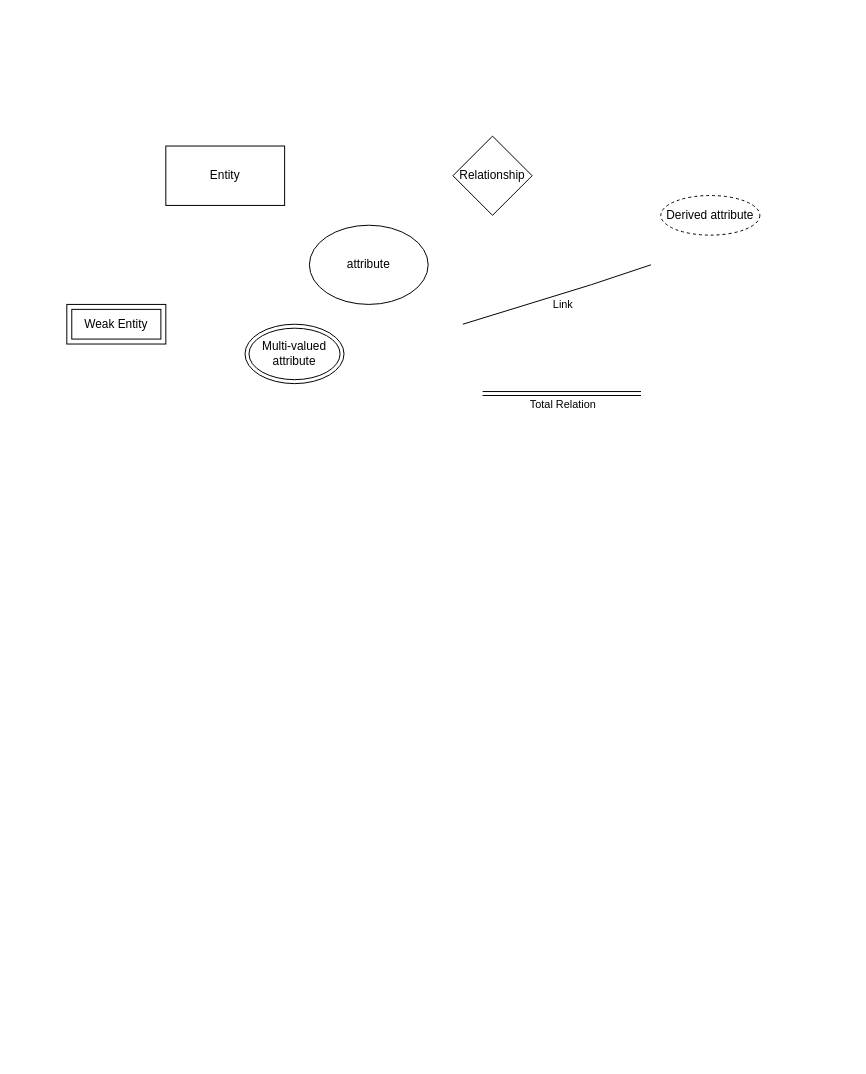
This is ER Diagram.drawio from Biniyamgd/Film-Rental-DBMS, a draw.io file, before an edit. Source tidied: cells renumbered, new cells numbered last; positions are measured from the earlier drawing's top-left corner, leaving out a move shared by most shapes. Both pictures are drawn from the tidied source at 99%, with x=0, y=0 at pixel (66, 136).
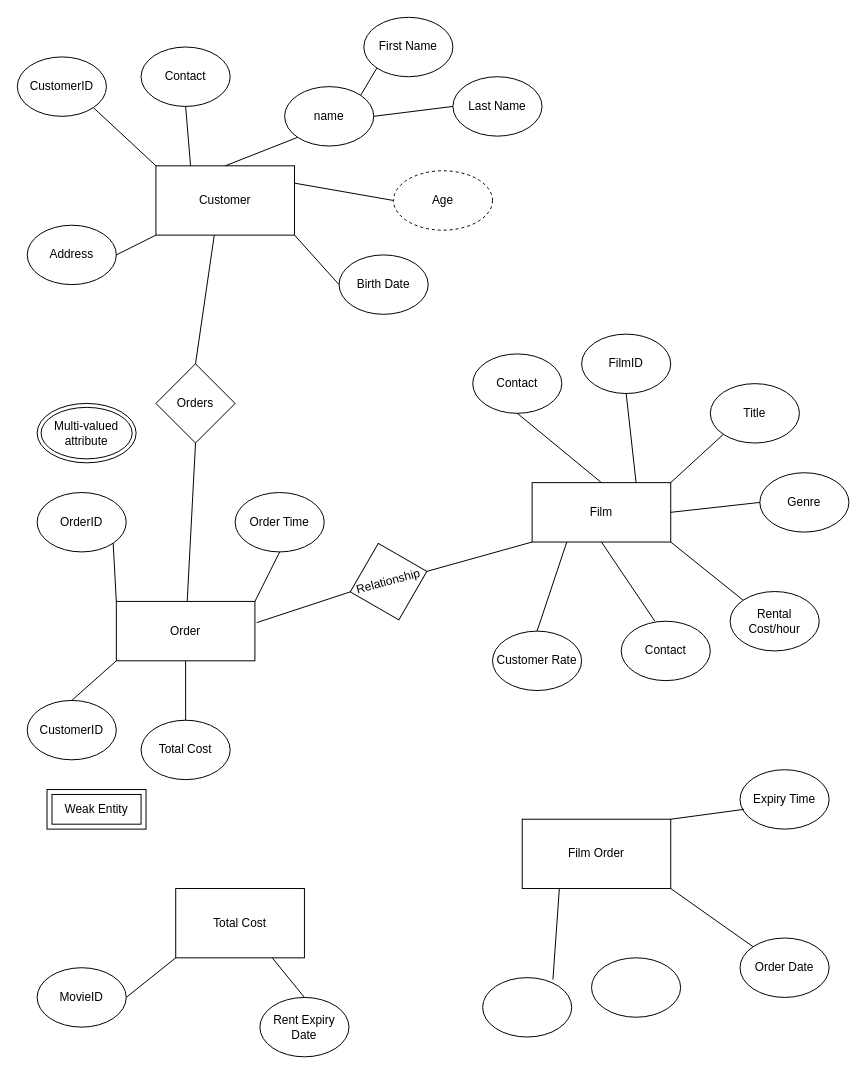
After the change.

What changed in the source:
```diff
@@
-    <mxCell id="2" value="Entity" style="rounded=0;whiteSpace=wrap;html=1;direction=west;" parent="1" vertex="1">
-      <mxGeometry x="100" y="10" width="120" height="60" as="geometry" />
+    <mxCell id="2" value="Customer" style="rounded=0;whiteSpace=wrap;html=1;direction=west;" parent="1" vertex="1">
+      <mxGeometry x="90" y="30" width="140" height="70" as="geometry" />
     </mxCell>
-    <mxCell id="3" value="Relationship" style="rhombus;whiteSpace=wrap;html=1;" parent="1" vertex="1">
-      <mxGeometry x="390" width="80" height="80" as="geometry" />
+    <mxCell id="3" value="Orders" style="rhombus;whiteSpace=wrap;html=1;" parent="1" vertex="1">
+      <mxGeometry x="90" y="230" width="80" height="80" as="geometry" />
     </mxCell>
-    <mxCell id="4" value="attribute" style="ellipse;whiteSpace=wrap;html=1;" parent="1" vertex="1">
-      <mxGeometry x="245" y="90" width="120" height="80" as="geometry" />
+    <mxCell id="4" value="Address" style="ellipse;whiteSpace=wrap;html=1;" parent="1" vertex="1">
+      <mxGeometry x="-40" y="90" width="90" height="60" as="geometry" />
     </mxCell>
-    <mxCell id="5" style="endArrow=none;html=1;rounded=0;" parent="1" edge="1">
-      <mxGeometry relative="1" as="geometry">
-        <mxPoint x="400" y="190" as="sourcePoint" />
-        <mxPoint x="590" y="130" as="targetPoint" />
-        <Array as="points">
-          <mxPoint x="530" y="150" />
-        </Array>
-      </mxGeometry>
+    <mxCell id="5" style="endArrow=none;html=1;rounded=0;entryX=0;entryY=0.5;entryDx=0;entryDy=0;exitX=-0.013;exitY=0.643;exitDx=0;exitDy=0;exitPerimeter=0;" parent="1" edge="1" source="15" target="24">
+      <mxGeometry relative="1" as="geometry" />
     </mxCell>
-    <mxCell id="6" value="Link" style="edgeLabel;html=1;align=center;verticalAlign=middle;" parent="5" vertex="1">
-      <mxGeometry x="-0.07" y="2" relative="1" as="geometry">
-        <mxPoint x="12" y="9" as="offset" />
-      </mxGeometry>
-    </mxCell>
     <mxCell id="7" value="Multi-valued attribute" style="ellipse;shape=doubleEllipse;whiteSpace=wrap;html=1;" parent="1" vertex="1">
-      <mxGeometry x="180" y="190" width="100" height="60" as="geometry" />
+      <mxGeometry x="-30" y="270" width="100" height="60" as="geometry" />
     </mxCell>
-    <mxCell id="8" value="Derived attribute" style="ellipse;whiteSpace=wrap;html=1;align=center;dashed=1;" parent="1" vertex="1">
-      <mxGeometry x="600" y="60" width="100" height="40" as="geometry" />
+    <mxCell id="8" value="Age" style="ellipse;whiteSpace=wrap;html=1;align=center;dashed=1;" parent="1" vertex="1">
+      <mxGeometry x="330" y="35" width="100" height="60" as="geometry" />
     </mxCell>
-    <mxCell id="9" style="shape=link;html=1;rounded=0;" parent="1" edge="1">
-      <mxGeometry relative="1" as="geometry">
-        <mxPoint x="420" y="260" as="sourcePoint" />
-        <mxPoint x="580" y="260" as="targetPoint" />
-      </mxGeometry>
-    </mxCell>
-    <mxCell id="10" style="html=1;whiteSpace=wrap;align=left;verticalAlign=bottom;" parent="9" vertex="1">
-      <mxGeometry x="-1" relative="1" as="geometry" />
-    </mxCell>
-    <mxCell id="11" style="html=1;whiteSpace=wrap;align=right;verticalAlign=bottom;" parent="9" vertex="1">
-      <mxGeometry x="1" relative="1" as="geometry" />
-    </mxCell>
-    <mxCell id="12" value="Total Relation" style="edgeLabel;html=1;align=center;verticalAlign=middle;" parent="9" vertex="1">
-      <mxGeometry y="-3" relative="1" as="geometry">
-        <mxPoint y="7" as="offset" />
-      </mxGeometry>
-    </mxCell>
     <mxCell id="13" value="&lt;div&gt;Weak Entity&lt;/div&gt;" style="shape=ext;margin=3;double=1;whiteSpace=wrap;html=1;align=center;" parent="1" vertex="1">
-      <mxGeometry y="170" width="100" height="40" as="geometry" />
+      <mxGeometry x="-20" y="660" width="100" height="40" as="geometry" />
     </mxCell>
+    <mxCell id="14" value="Film" style="rounded=0;whiteSpace=wrap;html=1;direction=west;" parent="1" vertex="1">
+      <mxGeometry x="470" y="350" width="140" height="60" as="geometry" />
+    </mxCell>
+    <mxCell id="15" value="Order" style="rounded=0;whiteSpace=wrap;html=1;direction=west;" parent="1" vertex="1">
+      <mxGeometry x="50" y="470" width="140" height="60" as="geometry" />
+    </mxCell>
+    <mxCell id="16" value="CustomerID" style="ellipse;whiteSpace=wrap;html=1;" parent="1" vertex="1">
+      <mxGeometry x="-50" y="-80" width="90" height="60" as="geometry" />
+    </mxCell>
+    <mxCell id="17" value="FilmID" style="ellipse;whiteSpace=wrap;html=1;" parent="1" vertex="1">
+      <mxGeometry x="520" y="200" width="90" height="60" as="geometry" />
+    </mxCell>
+    <mxCell id="18" value="name" style="ellipse;whiteSpace=wrap;html=1;" parent="1" vertex="1">
+      <mxGeometry x="220" y="-50" width="90" height="60" as="geometry" />
+    </mxCell>
+    <mxCell id="19" value="Contact" style="ellipse;whiteSpace=wrap;html=1;" parent="1" vertex="1">
+      <mxGeometry x="560" y="490" width="90" height="60" as="geometry" />
+    </mxCell>
+    <mxCell id="20" value="Genre" style="ellipse;whiteSpace=wrap;html=1;" parent="1" vertex="1">
+      <mxGeometry x="700" y="340" width="90" height="60" as="geometry" />
+    </mxCell>
+    <mxCell id="21" value="Rental Cost/hour" style="ellipse;whiteSpace=wrap;html=1;" parent="1" vertex="1">
+      <mxGeometry x="670" y="460" width="90" height="60" as="geometry" />
+    </mxCell>
+    <mxCell id="22" value="Title" style="ellipse;whiteSpace=wrap;html=1;" parent="1" vertex="1">
+      <mxGeometry x="650" y="250" width="90" height="60" as="geometry" />
+    </mxCell>
+    <mxCell id="23" value="Contact" style="ellipse;whiteSpace=wrap;html=1;" parent="1" vertex="1">
+      <mxGeometry x="410" y="220" width="90" height="60" as="geometry" />
+    </mxCell>
+    <mxCell id="24" value="Relationship" style="rhombus;whiteSpace=wrap;html=1;rotation=-15;" parent="1" vertex="1">
+      <mxGeometry x="285" y="410" width="80" height="80" as="geometry" />
+    </mxCell>
+    <mxCell id="25" value="CustomerID" style="ellipse;whiteSpace=wrap;html=1;" parent="1" vertex="1">
+      <mxGeometry x="-40" y="570" width="90" height="60" as="geometry" />
+    </mxCell>
+    <mxCell id="26" value="Total Cost" style="ellipse;whiteSpace=wrap;html=1;" parent="1" vertex="1">
+      <mxGeometry x="75" y="590" width="90" height="60" as="geometry" />
+    </mxCell>
+    <mxCell id="27" value="OrderID" style="ellipse;whiteSpace=wrap;html=1;" parent="1" vertex="1">
+      <mxGeometry x="-30" y="360" width="90" height="60" as="geometry" />
+    </mxCell>
+    <mxCell id="28" value="&lt;div&gt;Film Order&lt;/div&gt;" style="rounded=0;whiteSpace=wrap;html=1;direction=west;" parent="1" vertex="1">
+      <mxGeometry x="460" y="690" width="150" height="70" as="geometry" />
+    </mxCell>
+    <mxCell id="29" value="Order Date" style="ellipse;whiteSpace=wrap;html=1;" parent="1" vertex="1">
+      <mxGeometry x="680" y="810" width="90" height="60" as="geometry" />
+    </mxCell>
+    <mxCell id="30" value="Expiry Time" style="ellipse;whiteSpace=wrap;html=1;" parent="1" vertex="1">
+      <mxGeometry x="680" y="640" width="90" height="60" as="geometry" />
+    </mxCell>
+    <mxCell id="31" style="ellipse;whiteSpace=wrap;html=1;" parent="1" vertex="1">
+      <mxGeometry x="420" y="850" width="90" height="60" as="geometry" />
+    </mxCell>
+    <mxCell id="32" value="Birth Date" style="ellipse;whiteSpace=wrap;html=1;" parent="1" vertex="1">
+      <mxGeometry x="275" y="120" width="90" height="60" as="geometry" />
+    </mxCell>
+    <mxCell id="33" style="endArrow=none;html=1;rounded=0;entryX=0;entryY=0.5;entryDx=0;entryDy=0;exitX=1;exitY=0.5;exitDx=0;exitDy=0;" parent="1" edge="1" source="24">
+      <mxGeometry relative="1" as="geometry">
+        <mxPoint x="470" y="410" as="targetPoint" />
+      </mxGeometry>
+    </mxCell>
+    <mxCell id="34" style="endArrow=none;html=1;rounded=0;entryX=0.579;entryY=0;entryDx=0;entryDy=0;entryPerimeter=0;exitX=0.5;exitY=0;exitDx=0;exitDy=0;" parent="1" edge="1" source="3" target="2">
+      <mxGeometry relative="1" as="geometry" />
+    </mxCell>
+    <mxCell id="35" style="endArrow=none;html=1;rounded=0;entryX=0.5;entryY=1;entryDx=0;entryDy=0;" parent="1" edge="1" source="15" target="3">
+      <mxGeometry relative="1" as="geometry" />
+    </mxCell>
+    <mxCell id="36" style="endArrow=none;html=1;rounded=0;entryX=0.5;entryY=1;entryDx=0;entryDy=0;exitX=0.5;exitY=1;exitDx=0;exitDy=0;" parent="1" edge="1" source="14" target="23">
+      <mxGeometry relative="1" as="geometry" />
+    </mxCell>
+    <mxCell id="37" style="endArrow=none;html=1;rounded=0;entryX=0.5;entryY=1;entryDx=0;entryDy=0;exitX=0.25;exitY=1;exitDx=0;exitDy=0;" parent="1" edge="1" source="14" target="17">
+      <mxGeometry relative="1" as="geometry" />
+    </mxCell>
+    <mxCell id="38" style="endArrow=none;html=1;rounded=0;entryX=0;entryY=1;entryDx=0;entryDy=0;exitX=0;exitY=1;exitDx=0;exitDy=0;" parent="1" edge="1" source="14" target="22">
+      <mxGeometry relative="1" as="geometry" />
+    </mxCell>
+    <mxCell id="39" style="endArrow=none;html=1;rounded=0;entryX=1;entryY=1;entryDx=0;entryDy=0;exitX=1;exitY=1;exitDx=0;exitDy=0;" parent="1" edge="1" source="2" target="16">
+      <mxGeometry relative="1" as="geometry" />
+    </mxCell>
+    <mxCell id="40" style="endArrow=none;html=1;rounded=0;exitX=0;exitY=0;exitDx=0;exitDy=0;entryX=0;entryY=0;entryDx=0;entryDy=0;" parent="1" edge="1" source="14" target="21">
+      <mxGeometry relative="1" as="geometry" />
+    </mxCell>
+    <mxCell id="41" style="endArrow=none;html=1;rounded=0;entryX=0.5;entryY=0;entryDx=0;entryDy=0;exitX=0.378;exitY=0;exitDx=0;exitDy=0;exitPerimeter=0;" parent="1" edge="1" source="19" target="14">
+      <mxGeometry relative="1" as="geometry" />
+    </mxCell>
+    <mxCell id="42" style="endArrow=none;html=1;rounded=0;entryX=0;entryY=0.5;entryDx=0;entryDy=0;exitX=0;exitY=0.5;exitDx=0;exitDy=0;" parent="1" edge="1" source="14" target="20">
+      <mxGeometry relative="1" as="geometry" />
+    </mxCell>
+    <mxCell id="43" style="endArrow=none;html=1;rounded=0;entryX=0;entryY=0.5;entryDx=0;entryDy=0;exitX=0;exitY=0.75;exitDx=0;exitDy=0;" parent="1" edge="1" source="2" target="8">
+      <mxGeometry relative="1" as="geometry" />
+    </mxCell>
+    <mxCell id="44" style="endArrow=none;html=1;rounded=0;entryX=0;entryY=0;entryDx=0;entryDy=0;exitX=0;exitY=0.5;exitDx=0;exitDy=0;" parent="1" edge="1" source="32" target="2">
+      <mxGeometry relative="1" as="geometry" />
+    </mxCell>
+    <mxCell id="45" style="endArrow=none;html=1;rounded=0;entryX=1;entryY=1;entryDx=0;entryDy=0;exitX=1;exitY=1;exitDx=0;exitDy=0;" parent="1" edge="1" source="15" target="27">
+      <mxGeometry relative="1" as="geometry" />
+    </mxCell>
+    <mxCell id="46" style="endArrow=none;html=1;rounded=0;entryX=1;entryY=0.5;entryDx=0;entryDy=0;exitX=1;exitY=0;exitDx=0;exitDy=0;" parent="1" edge="1" source="2" target="4">
+      <mxGeometry relative="1" as="geometry" />
+    </mxCell>
+    <mxCell id="47" style="endArrow=none;html=1;rounded=0;entryX=1;entryY=0;entryDx=0;entryDy=0;exitX=0.5;exitY=0;exitDx=0;exitDy=0;" parent="1" edge="1" source="25" target="15">
+      <mxGeometry relative="1" as="geometry" />
+    </mxCell>
+    <mxCell id="48" style="endArrow=none;html=1;rounded=0;entryX=0.5;entryY=0;entryDx=0;entryDy=0;exitX=0.5;exitY=0;exitDx=0;exitDy=0;" parent="1" edge="1" source="26" target="15">
+      <mxGeometry relative="1" as="geometry" />
+    </mxCell>
+    <mxCell id="49" style="endArrow=none;html=1;rounded=0;entryX=0;entryY=0;entryDx=0;entryDy=0;exitX=0;exitY=0;exitDx=0;exitDy=0;" parent="1" edge="1" source="29" target="28">
+      <mxGeometry relative="1" as="geometry" />
+    </mxCell>
+    <mxCell id="50" style="endArrow=none;html=1;rounded=0;entryX=0.75;entryY=0;entryDx=0;entryDy=0;exitX=0.789;exitY=0.033;exitDx=0;exitDy=0;exitPerimeter=0;" parent="1" edge="1" source="31" target="28">
+      <mxGeometry relative="1" as="geometry" />
+    </mxCell>
+    <mxCell id="51" style="endArrow=none;html=1;rounded=0;exitX=0.044;exitY=0.667;exitDx=0;exitDy=0;exitPerimeter=0;entryX=0;entryY=1;entryDx=0;entryDy=0;" parent="1" edge="1" source="30" target="28">
+      <mxGeometry relative="1" as="geometry" />
+    </mxCell>
+    <mxCell id="52" value="Customer Rate" style="ellipse;whiteSpace=wrap;html=1;" parent="1" vertex="1">
+      <mxGeometry x="430" y="500" width="90" height="60" as="geometry" />
+    </mxCell>
+    <mxCell id="53" style="endArrow=none;html=1;rounded=0;entryX=0.75;entryY=0;entryDx=0;entryDy=0;exitX=0.5;exitY=0;exitDx=0;exitDy=0;" parent="1" edge="1" source="52" target="14">
+      <mxGeometry relative="1" as="geometry" />
+    </mxCell>
+    <mxCell id="54" style="endArrow=none;html=1;rounded=0;entryX=0;entryY=1;entryDx=0;entryDy=0;exitX=0;exitY=1;exitDx=0;exitDy=0;" parent="1" edge="1" target="18">
+      <mxGeometry relative="1" as="geometry">
+        <mxPoint x="160" y="30" as="sourcePoint" />
+      </mxGeometry>
+    </mxCell>
+    <mxCell id="55" value="First Name" style="ellipse;whiteSpace=wrap;html=1;" parent="1" vertex="1">
+      <mxGeometry x="300" y="-120" width="90" height="60" as="geometry" />
+    </mxCell>
+    <mxCell id="56" value="Last Name" style="ellipse;whiteSpace=wrap;html=1;" parent="1" vertex="1">
+      <mxGeometry x="390" y="-60" width="90" height="60" as="geometry" />
+    </mxCell>
+    <mxCell id="57" style="endArrow=none;html=1;rounded=0;entryX=0;entryY=1;entryDx=0;entryDy=0;exitX=1;exitY=0;exitDx=0;exitDy=0;" parent="1" edge="1" source="18" target="55">
+      <mxGeometry relative="1" as="geometry" />
+    </mxCell>
+    <mxCell id="58" style="endArrow=none;html=1;rounded=0;entryX=0;entryY=0.5;entryDx=0;entryDy=0;exitX=1;exitY=0.5;exitDx=0;exitDy=0;" parent="1" edge="1" source="18" target="56">
+      <mxGeometry relative="1" as="geometry" />
+    </mxCell>
+    <mxCell id="59" value="Order Time" style="ellipse;whiteSpace=wrap;html=1;" parent="1" vertex="1">
+      <mxGeometry x="170" y="360" width="90" height="60" as="geometry" />
+    </mxCell>
+    <mxCell id="60" style="endArrow=none;html=1;rounded=0;entryX=0.5;entryY=1;entryDx=0;entryDy=0;exitX=0;exitY=1;exitDx=0;exitDy=0;" parent="1" edge="1" source="15" target="59">
+      <mxGeometry relative="1" as="geometry" />
+    </mxCell>
+    <mxCell id="61" value="Contact" style="ellipse;whiteSpace=wrap;html=1;" parent="1" vertex="1">
+      <mxGeometry x="75" y="-90" width="90" height="60" as="geometry" />
+    </mxCell>
+    <mxCell id="62" style="endArrow=none;html=1;rounded=0;entryX=0.5;entryY=1;entryDx=0;entryDy=0;exitX=0.75;exitY=1;exitDx=0;exitDy=0;" parent="1" edge="1" source="2" target="61">
+      <mxGeometry relative="1" as="geometry" />
+    </mxCell>
+    <mxCell id="63" value="Total Cost" style="rounded=0;whiteSpace=wrap;html=1;direction=west;" parent="1" vertex="1">
+      <mxGeometry x="110" y="760" width="130" height="70" as="geometry" />
+    </mxCell>
+    <mxCell id="64" style="ellipse;whiteSpace=wrap;html=1;" parent="1" vertex="1">
+      <mxGeometry x="530" y="830" width="90" height="60" as="geometry" />
+    </mxCell>
+    <mxCell id="65" value="MovieID" style="ellipse;whiteSpace=wrap;html=1;" parent="1" vertex="1">
+      <mxGeometry x="-30" y="840" width="90" height="60" as="geometry" />
+    </mxCell>
+    <mxCell id="66" value="Rent Expiry Date" style="ellipse;whiteSpace=wrap;html=1;" parent="1" vertex="1">
+      <mxGeometry x="195" y="870" width="90" height="60" as="geometry" />
+    </mxCell>
+    <mxCell id="67" style="endArrow=none;html=1;rounded=0;entryX=1;entryY=0;entryDx=0;entryDy=0;exitX=1;exitY=0.5;exitDx=0;exitDy=0;" parent="1" edge="1" source="65" target="63">
+      <mxGeometry relative="1" as="geometry" />
+    </mxCell>
+    <mxCell id="68" style="endArrow=none;html=1;rounded=0;entryX=0.25;entryY=0;entryDx=0;entryDy=0;exitX=0.5;exitY=0;exitDx=0;exitDy=0;" parent="1" edge="1" source="66" target="63">
+      <mxGeometry relative="1" as="geometry" />
+    </mxCell>
```
